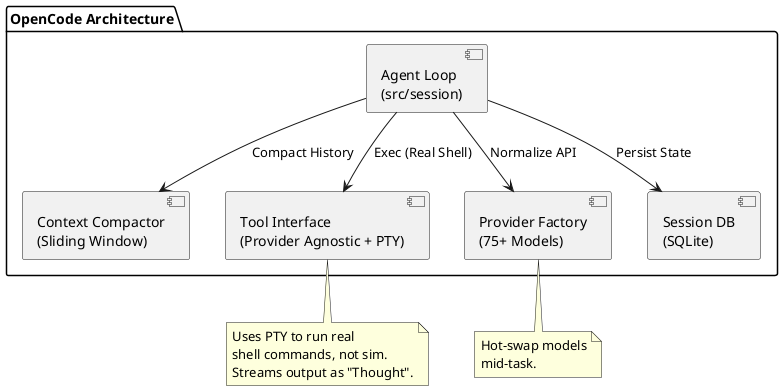
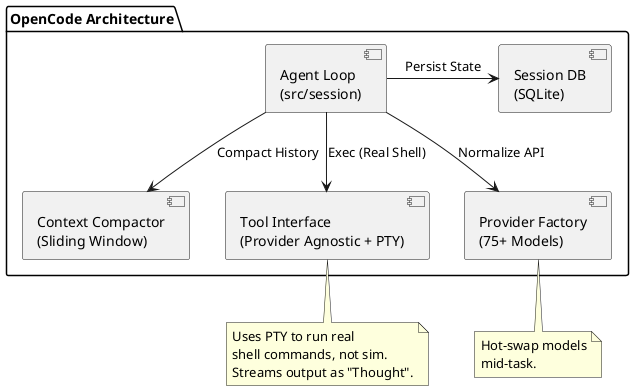
@startuml
' Product: OpenCodeInterpreter
' URL: https://github.com/OpenCodeInterpreter/OpenCodeInterpreter

package "OpenCode Architecture" {
    [Agent Loop\n(src/session)] as LOOP
    [Context Compactor\n(Sliding Window)] as COMP
    [Tool Interface\n(Provider Agnostic + PTY)] as TOOLS
    [Provider Factory\n(75+ Models)] as PROV
    [Session DB\n(SQLite)] as DB
}

- LOOP --> DB : "Persist State"
+ LOOP -> DB : "Persist State"
LOOP --> COMP : "Compact History"
LOOP --> PROV : "Normalize API"
LOOP --> TOOLS : "Exec (Real Shell)"

note bottom of TOOLS
  Uses PTY to run real
  shell commands, not sim.
  Streams output as "Thought".
end note

note bottom of PROV
  Hot-swap models
  mid-task.
end note
@enduml
